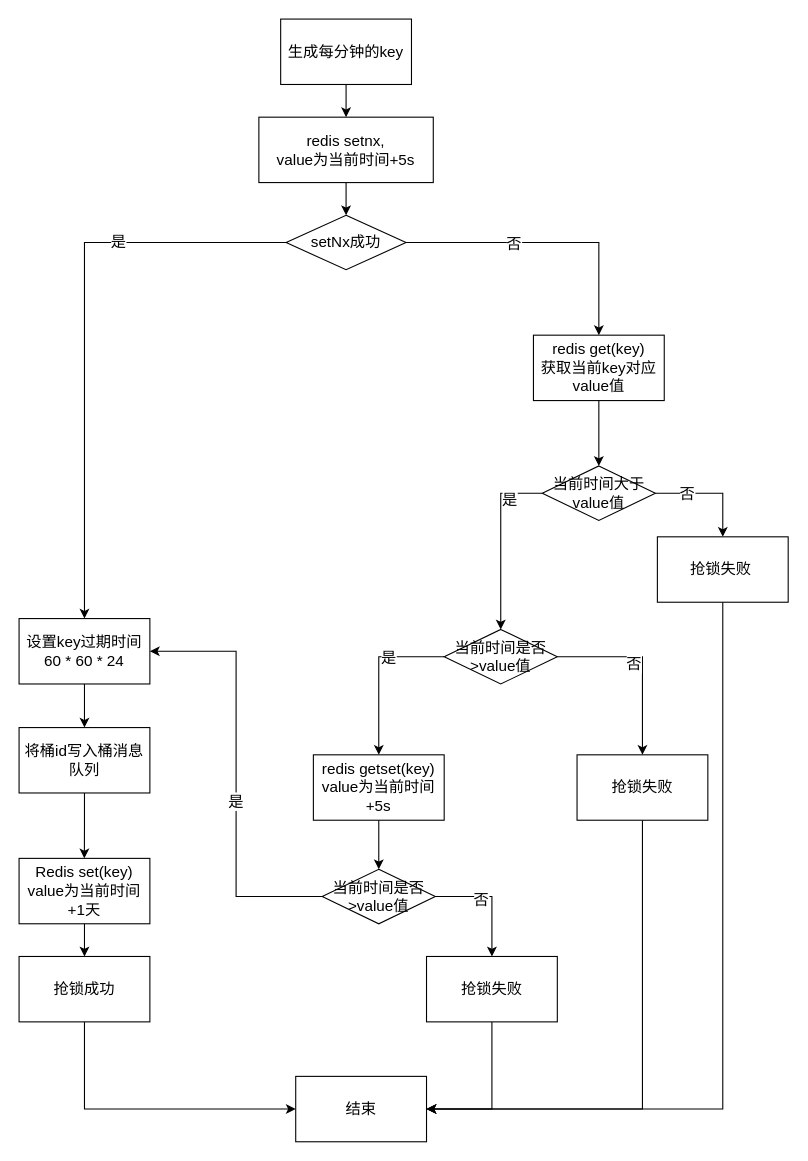
Earlier version of the draw.io diagram page "定时器抢锁流程图" (8 of 9) of timer.drawio (mbabby/draw.io.file). Source tidied: cells renumbered, new cells numbered last; positions are measured from the earlier drawing's top-left corner, leaving out a move shared by most shapes. Both pictures are drawn from the tidied source at 109%, with x=0, y=0 at pixel (19, 19).
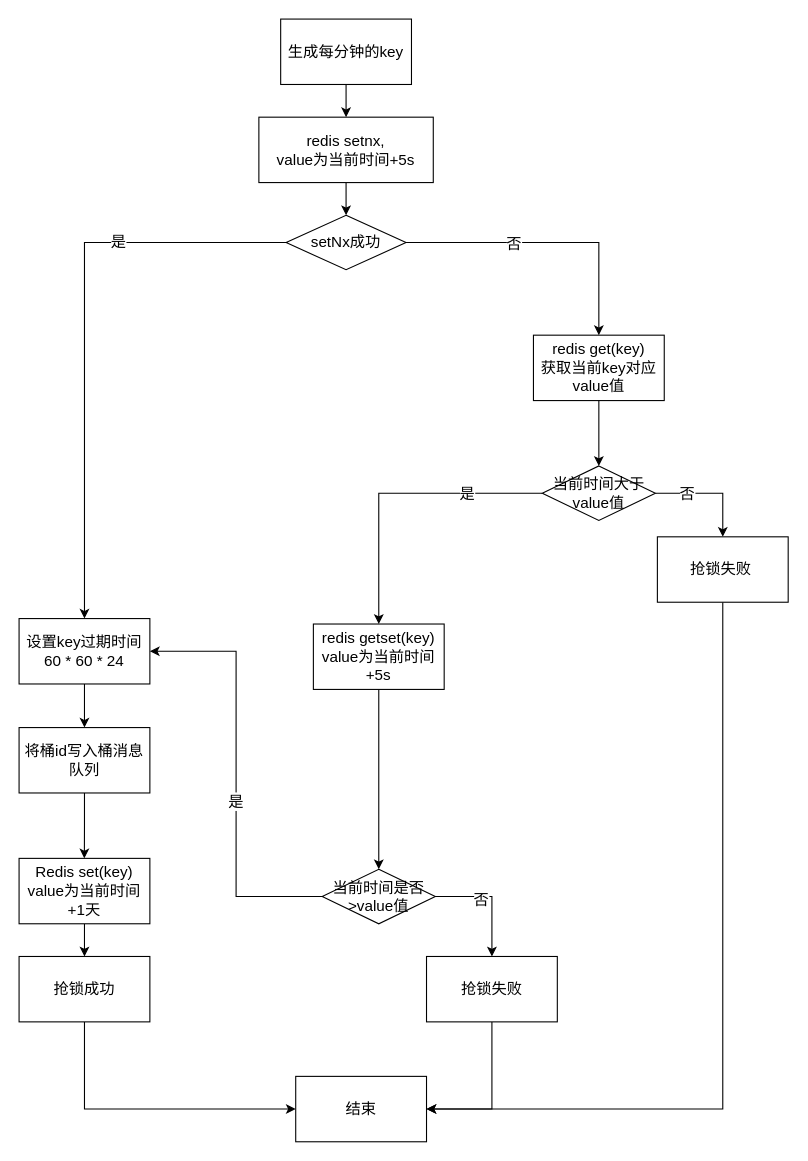
The same page after the edit.

The change refers to these unchanged cells:
```xml
<mxCell id="19" value="当前时间大于value值" style="rhombus;whiteSpace=wrap;html=1;fontSize=14;strokeWidth=1;align=center;" parent="1" vertex="1">
  <mxGeometry x="480" y="410" width="103.8" height="50" as="geometry" />
</mxCell>
<mxCell id="44" value="结束" style="rounded=0;whiteSpace=wrap;html=1;fontSize=14;strokeWidth=1;align=center;" parent="1" vertex="1">
  <mxGeometry x="253.8" y="970" width="120" height="60" as="geometry" />
</mxCell>
```

The edit, as a diff of the source:
```diff
@@
-    <mxCell id="17" style="edgeStyle=orthogonalEdgeStyle;rounded=0;jettySize=auto;html=1;exitX=0;exitY=0.5;exitDx=0;exitDy=0;fontSize=14;startArrow=none;startFill=0;strokeWidth=1;" parent="1" edge="1" source="19" target="26">
-      <mxGeometry relative="1" as="geometry" />
+    <mxCell id="17" style="edgeStyle=orthogonalEdgeStyle;rounded=0;jettySize=auto;html=1;exitX=0;exitY=0.5;exitDx=0;exitDy=0;fontSize=14;startArrow=none;startFill=0;strokeWidth=1;" parent="1" edge="1" source="19" target="28">
+      <mxGeometry relative="1" as="geometry">
+        <Array as="points">
+          <mxPoint x="330" y="435" />
+        </Array>
+      </mxGeometry>
     </mxCell>
@@
-    <mxCell id="22" style="edgeStyle=orthogonalEdgeStyle;rounded=0;jettySize=auto;html=1;exitX=1;exitY=0.5;exitDx=0;exitDy=0;fontSize=14;startArrow=none;startFill=0;strokeWidth=1;" parent="1" edge="1" source="26" target="30">
-      <mxGeometry relative="1" as="geometry" />
-    </mxCell>
-    <mxCell id="23" value="否" style="edgeLabel;html=1;align=center;verticalAlign=middle;fontSize=14;" parent="22" vertex="1">
-      <mxGeometry x="-0.03" y="3" relative="1" as="geometry">
-        <mxPoint x="-11" y="3" as="offset" />
-      </mxGeometry>
-    </mxCell>
-    <mxCell id="24" style="edgeStyle=orthogonalEdgeStyle;rounded=0;jettySize=auto;html=1;exitX=0;exitY=0.5;exitDx=0;exitDy=0;fontSize=14;startArrow=none;startFill=0;strokeWidth=1;" parent="1" edge="1" source="26" target="28">
-      <mxGeometry relative="1" as="geometry" />
-    </mxCell>
-    <mxCell id="25" value="是" style="edgeLabel;html=1;align=center;verticalAlign=middle;fontSize=14;" parent="24" vertex="1">
-      <mxGeometry x="-0.31" relative="1" as="geometry" />
-    </mxCell>
-    <mxCell id="26" value="当前时间是否&amp;gt;value值" style="rhombus;whiteSpace=wrap;html=1;fontSize=14;strokeWidth=1;align=center;" parent="1" vertex="1">
-      <mxGeometry x="390" y="560" width="103.8" height="50" as="geometry" />
-    </mxCell>
@@
     <mxCell id="28" value="redis getset(key)&lt;br&gt;value为当前时间+5s" style="rounded=0;whiteSpace=wrap;html=1;fontSize=14;strokeWidth=1;align=center;" parent="1" vertex="1">
-      <mxGeometry x="270" y="675" width="120" height="60" as="geometry" />
+      <mxGeometry x="270" y="555" width="120" height="60" as="geometry" />
     </mxCell>
-    <mxCell id="29" style="edgeStyle=orthogonalEdgeStyle;rounded=0;jettySize=auto;html=1;exitX=0.5;exitY=1;exitDx=0;exitDy=0;entryX=1;entryY=0.5;entryDx=0;entryDy=0;fontSize=14;startArrow=none;startFill=0;strokeWidth=1;" parent="1" edge="1" source="30" target="44">
-      <mxGeometry relative="1" as="geometry" />
-    </mxCell>
-    <mxCell id="30" value="抢锁失败" style="rounded=0;whiteSpace=wrap;html=1;fontSize=14;strokeWidth=1;align=center;" parent="1" vertex="1">
-      <mxGeometry x="511.9" y="675" width="120" height="60" as="geometry" />
-    </mxCell>
```
